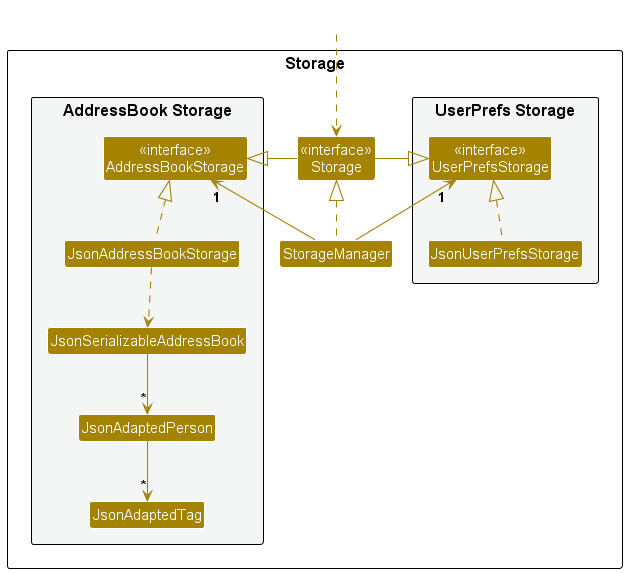
Above: docs/images/StorageClassDiagram.png in nus-cs2103-AY2425S1/tp (PlantUML), before the change.
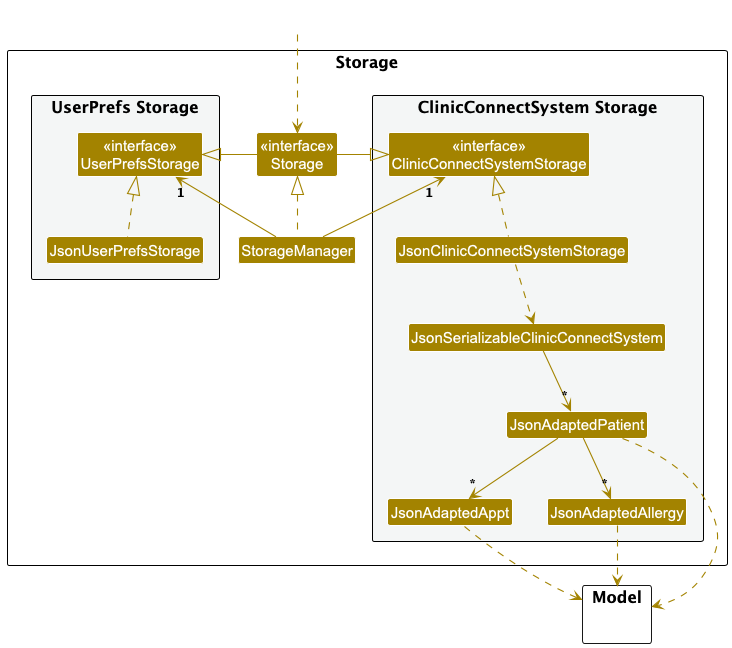
After the change.

What changed in the source:
```diff
@@ -14,14 +14,18 @@
 Class "<<interface>>\nStorage" as Storage
 Class StorageManager
 
-package "AddressBook Storage" #F4F6F6{
-Class "<<interface>>\nAddressBookStorage" as AddressBookStorage
-Class JsonAddressBookStorage
-Class JsonSerializableAddressBook
-Class JsonAdaptedPerson
-Class JsonAdaptedTag
+package "ClinicConnectSystem Storage" #F4F6F6{
+Class "<<interface>>\nClinicConnectSystemStorage" as ClinicConnectSystemStorage
+Class JsonClinicConnectSystemStorage
+Class JsonSerializableClinicConnectSystem
+Class JsonAdaptedPatient
+Class JsonAdaptedAppt
+Class JsonAdaptedAllergy
 }
 
+}
+
+package Model as ModelPackage {
 }
 
 Class HiddenOutside #FFFFFF
@@ -29,15 +33,20 @@
 
 StorageManager .up.|> Storage
 StorageManager -up-> "1" UserPrefsStorage
-StorageManager -up-> "1" AddressBookStorage
+StorageManager -up-> "1" ClinicConnectSystemStorage
 
 Storage -left-|> UserPrefsStorage
-Storage -right-|> AddressBookStorage
+Storage -right-|> ClinicConnectSystemStorage
 
 JsonUserPrefsStorage .up.|> UserPrefsStorage
-JsonAddressBookStorage .up.|> AddressBookStorage
-JsonAddressBookStorage ..> JsonSerializableAddressBook
-JsonSerializableAddressBook --> "*" JsonAdaptedPerson
-JsonAdaptedPerson --> "*" JsonAdaptedTag
+JsonClinicConnectSystemStorage .up.|> ClinicConnectSystemStorage
+JsonClinicConnectSystemStorage ..> JsonSerializableClinicConnectSystem
+JsonSerializableClinicConnectSystem --> "*" JsonAdaptedPatient
+JsonAdaptedPatient --> "*" JsonAdaptedAppt
+JsonAdaptedPatient --> "*" JsonAdaptedAllergy
+
+JsonAdaptedPatient ..> ModelPackage
+JsonAdaptedAppt ..> ModelPackage
+JsonAdaptedAllergy ..> ModelPackage
 
 @enduml
```
